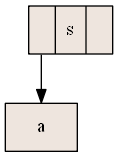
Before: ArbolBinario.png, a diagram exported from Graphviz (AdriGomez95/EDD_1S2020_PY1_201504236-master). Its source is kept beside it as ArbolBinario.dot.
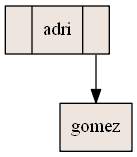
The same diagram one commit later.

What changed in the source:
```diff
@@ -1,7 +1,7 @@
 digraph ArbolAVL{
  rankdir=TB;
  node [shape = record, style=filled, fillcolor=seashell2];
-nodo0 [ label ="<C0>|s|<C1>"];
-nodo1 [ label ="a"];
-nodo0:C0->nodo1
+nodo0 [ label ="<C0>|adri|<C1>"];
+nodo1 [ label ="gomez"];
+nodo0:C1->nodo1
 }
```
